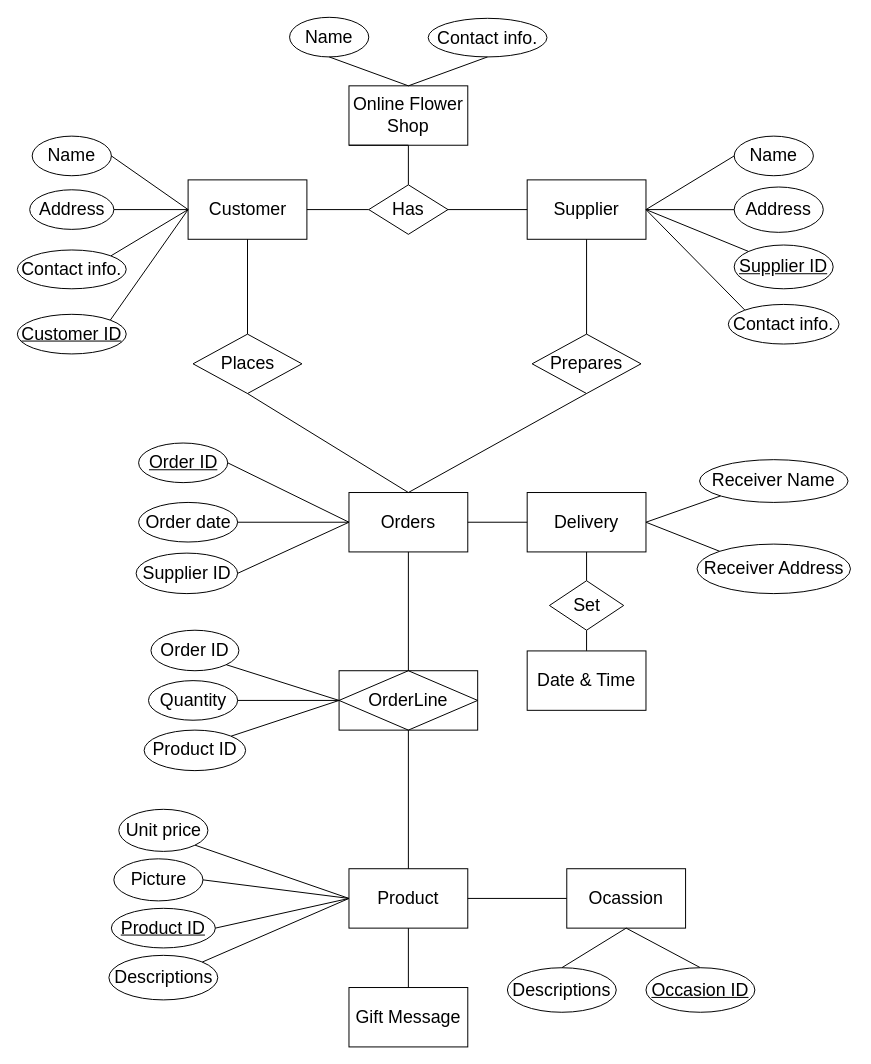
Above: Untitled Diagram.drawio in PeiJunHuang1/Practice (draw.io), before the change. Source tidied: cells renumbered, new cells numbered last; positions are measured from the earlier drawing's top-left corner, leaving out a move shared by most shapes. Both pictures are drawn from the tidied source at 99%, with x=0, y=0 at pixel (17, 17).
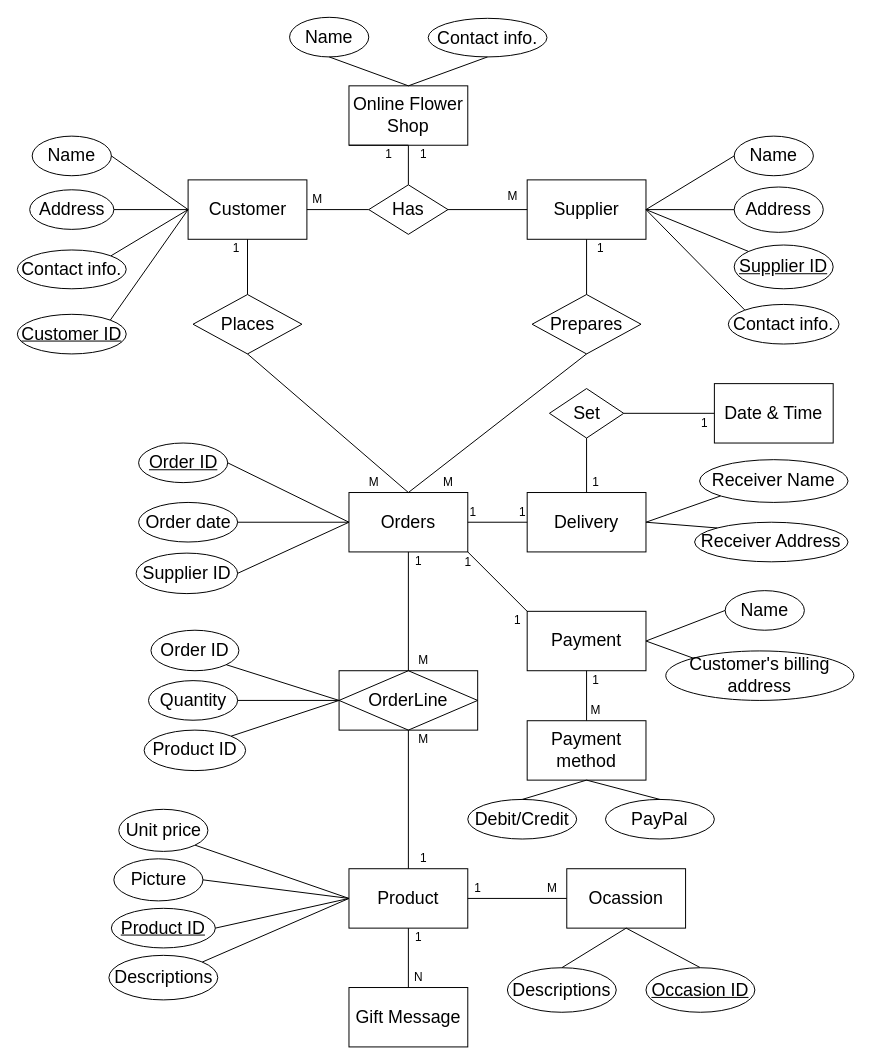
The same diagram, later.

Unchanged cells that the change refers to:
```xml
<mxCell id="48" value="&lt;span style=&quot;font-size: 18px&quot;&gt;Orders&lt;br&gt;&lt;/span&gt;" style="rounded=0;whiteSpace=wrap;html=1;" parent="1" vertex="1">
  <mxGeometry x="335" y="480" width="120" height="60" as="geometry" />
</mxCell>
<mxCell id="59" value="&lt;span style=&quot;font-size: 18px&quot;&gt;Delivery&lt;br&gt;&lt;/span&gt;" style="rounded=0;whiteSpace=wrap;html=1;" parent="1" vertex="1">
  <mxGeometry x="515" y="480" width="120" height="60" as="geometry" />
</mxCell>
```

What changed in the source:
```diff
@@
     <mxCell id="4" value="&lt;span style=&quot;font-size: 18px&quot;&gt;Receiver Address&lt;/span&gt;" style="ellipse;whiteSpace=wrap;html=1;" parent="1" vertex="1">
-      <mxGeometry x="686.6" y="532.1" width="155" height="50" as="geometry" />
+      <mxGeometry x="684.1" y="510" width="155" height="40" as="geometry" />
     </mxCell>
@@
     <mxCell id="36" value="&lt;font style=&quot;font-size: 18px&quot;&gt;Prepares&lt;/font&gt;" style="rhombus;whiteSpace=wrap;html=1;" parent="1" vertex="1">
-      <mxGeometry x="520" y="320" width="110" height="60" as="geometry" />
+      <mxGeometry x="520" y="280" width="110" height="60" as="geometry" />
     </mxCell>
@@
     <mxCell id="46" value="&lt;font style=&quot;font-size: 18px&quot;&gt;Places&lt;/font&gt;" style="rhombus;whiteSpace=wrap;html=1;" parent="1" vertex="1">
-      <mxGeometry x="177.5" y="320" width="110" height="60" as="geometry" />
+      <mxGeometry x="177.5" y="280" width="110" height="60" as="geometry" />
     </mxCell>
@@
-    <mxCell id="69" style="endArrow=none;html=1;exitX=0.5;exitY=0;exitDx=0;exitDy=0;entryX=0.5;entryY=1;entryDx=0;entryDy=0;" parent="1" edge="1" source="76" target="77">
+    <mxCell id="69" style="endArrow=none;html=1;exitX=0;exitY=0.5;exitDx=0;exitDy=0;entryX=1;entryY=0.5;entryDx=0;entryDy=0;" parent="1" edge="1" source="76" target="77">
       <mxGeometry relative="1" as="geometry" />
     </mxCell>
@@
     <mxCell id="76" value="&lt;span style=&quot;font-size: 18px&quot;&gt;Date &amp;amp; Time&lt;br&gt;&lt;/span&gt;" style="rounded=0;whiteSpace=wrap;html=1;" parent="1" vertex="1">
-      <mxGeometry x="515" y="640" width="120" height="60" as="geometry" />
+      <mxGeometry x="704.1" y="370" width="120" height="60" as="geometry" />
     </mxCell>
     <mxCell id="77" value="&lt;font style=&quot;font-size: 18px&quot;&gt;Set&lt;br&gt;&lt;/font&gt;" style="rhombus;whiteSpace=wrap;html=1;" parent="1" vertex="1">
-      <mxGeometry x="537.5" y="569.1" width="75" height="50" as="geometry" />
+      <mxGeometry x="537.5" y="375" width="75" height="50" as="geometry" />
     </mxCell>
-    <mxCell id="78" style="endArrow=none;html=1;exitX=0.5;exitY=1;exitDx=0;exitDy=0;entryX=0.5;entryY=0;entryDx=0;entryDy=0;" parent="1" edge="1" source="59" target="77">
+    <mxCell id="78" style="endArrow=none;html=1;exitX=0.5;exitY=0;exitDx=0;exitDy=0;entryX=0.5;entryY=1;entryDx=0;entryDy=0;" parent="1" edge="1" source="59" target="77">
       <mxGeometry relative="1" as="geometry" />
     </mxCell>
+    <mxCell id="79" value="&lt;span style=&quot;font-size: 18px&quot;&gt;Payment&lt;br&gt;&lt;/span&gt;" style="rounded=0;whiteSpace=wrap;html=1;" parent="1" vertex="1">
+      <mxGeometry x="515" y="600" width="120" height="60" as="geometry" />
+    </mxCell>
+    <mxCell id="80" style="endArrow=none;html=1;exitX=1;exitY=1;exitDx=0;exitDy=0;entryX=0;entryY=0;entryDx=0;entryDy=0;" parent="1" edge="1" source="48" target="79">
+      <mxGeometry relative="1" as="geometry" />
+    </mxCell>
+    <mxCell id="81" value="&lt;span style=&quot;font-size: 18px&quot;&gt;Customer's billing address&lt;/span&gt;" style="ellipse;whiteSpace=wrap;html=1;" parent="1" vertex="1">
+      <mxGeometry x="655" y="640" width="190" height="50" as="geometry" />
+    </mxCell>
+    <mxCell id="82" style="endArrow=none;html=1;exitX=1;exitY=0.5;exitDx=0;exitDy=0;entryX=0;entryY=0;entryDx=0;entryDy=0;" parent="1" edge="1" source="79" target="81">
+      <mxGeometry relative="1" as="geometry" />
+    </mxCell>
+    <mxCell id="83" value="&lt;font style=&quot;font-size: 18px&quot;&gt;Name&lt;/font&gt;" style="ellipse;whiteSpace=wrap;html=1;" parent="1" vertex="1">
+      <mxGeometry x="715" y="579.1" width="80" height="40" as="geometry" />
+    </mxCell>
+    <mxCell id="84" style="endArrow=none;html=1;exitX=1;exitY=0.5;exitDx=0;exitDy=0;entryX=0;entryY=0.5;entryDx=0;entryDy=0;" parent="1" edge="1" source="79" target="83">
+      <mxGeometry relative="1" as="geometry" />
+    </mxCell>
+    <mxCell id="85" value="&lt;span style=&quot;font-size: 18px&quot;&gt;Payment method&lt;br&gt;&lt;/span&gt;" style="rounded=0;whiteSpace=wrap;html=1;" parent="1" vertex="1">
+      <mxGeometry x="515" y="710.5" width="120" height="60" as="geometry" />
+    </mxCell>
+    <mxCell id="86" style="endArrow=none;html=1;entryX=0.5;entryY=1;entryDx=0;entryDy=0;exitX=0.5;exitY=0;exitDx=0;exitDy=0;" parent="1" edge="1" source="85" target="79">
+      <mxGeometry relative="1" as="geometry" />
+    </mxCell>
+    <mxCell id="87" value="&lt;span style=&quot;font-size: 18px&quot;&gt;Debit/Credit&lt;/span&gt;" style="ellipse;whiteSpace=wrap;html=1;" parent="1" vertex="1">
+      <mxGeometry x="455" y="790" width="110" height="40" as="geometry" />
+    </mxCell>
+    <mxCell id="88" value="&lt;span style=&quot;font-size: 18px&quot;&gt;PayPal&lt;/span&gt;" style="ellipse;whiteSpace=wrap;html=1;" parent="1" vertex="1">
+      <mxGeometry x="594.1" y="790" width="110" height="40" as="geometry" />
+    </mxCell>
+    <mxCell id="89" style="endArrow=none;html=1;entryX=0.5;entryY=1;entryDx=0;entryDy=0;exitX=0.5;exitY=0;exitDx=0;exitDy=0;" parent="1" edge="1" source="87" target="85">
+      <mxGeometry relative="1" as="geometry" />
+    </mxCell>
+    <mxCell id="90" style="endArrow=none;html=1;entryX=0.5;entryY=1;entryDx=0;entryDy=0;exitX=0.5;exitY=0;exitDx=0;exitDy=0;" parent="1" edge="1" source="88" target="85">
+      <mxGeometry relative="1" as="geometry" />
+    </mxCell>
+    <mxCell id="91" value="1" style="text;html=1;align=center;verticalAlign=middle;strokeColor=none;fillColor=none;" parent="1" vertex="1">
+      <mxGeometry x="574.1" y="660" width="20" height="20" as="geometry" />
+    </mxCell>
+    <mxCell id="92" value="M" style="text;html=1;align=center;verticalAlign=middle;strokeColor=none;fillColor=none;" parent="1" vertex="1">
+      <mxGeometry x="569.1" y="690" width="30" height="20" as="geometry" />
+    </mxCell>
+    <mxCell id="93" value="N" style="text;html=1;align=center;verticalAlign=middle;strokeColor=none;fillColor=none;" parent="1" vertex="1">
+      <mxGeometry x="395" y="960" width="20" height="20" as="geometry" />
+    </mxCell>
+    <mxCell id="94" value="1" style="text;html=1;align=center;verticalAlign=middle;strokeColor=none;fillColor=none;" parent="1" vertex="1">
+      <mxGeometry x="495" y="599.1" width="20" height="20" as="geometry" />
+    </mxCell>
+    <mxCell id="95" value="1" style="text;html=1;align=center;verticalAlign=middle;strokeColor=none;fillColor=none;" parent="1" vertex="1">
+      <mxGeometry x="395" y="540" width="20" height="20" as="geometry" />
+    </mxCell>
+    <mxCell id="96" value="1" style="text;html=1;align=center;verticalAlign=middle;strokeColor=none;fillColor=none;" parent="1" vertex="1">
+      <mxGeometry x="400" y="129.2" width="20" height="20" as="geometry" />
+    </mxCell>
+    <mxCell id="97" value="1" style="text;html=1;align=center;verticalAlign=middle;strokeColor=none;fillColor=none;" parent="1" vertex="1">
+      <mxGeometry x="579.1" y="224.2" width="20" height="20" as="geometry" />
+    </mxCell>
+    <mxCell id="98" value="1" style="text;html=1;align=center;verticalAlign=middle;strokeColor=none;fillColor=none;" parent="1" vertex="1">
+      <mxGeometry x="210.6" y="224.2" width="20" height="20" as="geometry" />
+    </mxCell>
+    <mxCell id="99" value="1" style="text;html=1;align=center;verticalAlign=middle;strokeColor=none;fillColor=none;" parent="1" vertex="1">
+      <mxGeometry x="684.1" y="400" width="20" height="20" as="geometry" />
+    </mxCell>
+    <mxCell id="100" value="1" style="text;html=1;align=center;verticalAlign=middle;strokeColor=none;fillColor=none;" parent="1" vertex="1">
+      <mxGeometry x="574.1" y="460" width="20" height="20" as="geometry" />
+    </mxCell>
+    <mxCell id="101" value="1" style="text;html=1;align=center;verticalAlign=middle;strokeColor=none;fillColor=none;" parent="1" vertex="1">
+      <mxGeometry x="395" y="920" width="20" height="20" as="geometry" />
+    </mxCell>
+    <mxCell id="102" value="1" style="text;html=1;align=center;verticalAlign=middle;strokeColor=none;fillColor=none;" parent="1" vertex="1">
+      <mxGeometry x="400" y="840" width="20" height="20" as="geometry" />
+    </mxCell>
+    <mxCell id="103" value="1" style="text;html=1;align=center;verticalAlign=middle;strokeColor=none;fillColor=none;" parent="1" vertex="1">
+      <mxGeometry x="455" y="870" width="20" height="20" as="geometry" />
+    </mxCell>
+    <mxCell id="104" value="M" style="text;html=1;align=center;verticalAlign=middle;strokeColor=none;fillColor=none;" parent="1" vertex="1">
+      <mxGeometry x="395" y="640" width="30" height="20" as="geometry" />
+    </mxCell>
+    <mxCell id="105" value="M" style="text;html=1;align=center;verticalAlign=middle;strokeColor=none;fillColor=none;" parent="1" vertex="1">
+      <mxGeometry x="485" y="171.4" width="30" height="20" as="geometry" />
+    </mxCell>
+    <mxCell id="106" value="M" style="text;html=1;align=center;verticalAlign=middle;strokeColor=none;fillColor=none;" parent="1" vertex="1">
+      <mxGeometry x="345" y="460" width="30" height="20" as="geometry" />
+    </mxCell>
+    <mxCell id="107" value="M" style="text;html=1;align=center;verticalAlign=middle;strokeColor=none;fillColor=none;" parent="1" vertex="1">
+      <mxGeometry x="287.5" y="174.2" width="30" height="20" as="geometry" />
+    </mxCell>
+    <mxCell id="108" value="M" style="text;html=1;align=center;verticalAlign=middle;strokeColor=none;fillColor=none;" parent="1" vertex="1">
+      <mxGeometry x="420" y="460" width="30" height="20" as="geometry" />
+    </mxCell>
+    <mxCell id="109" value="M" style="text;html=1;align=center;verticalAlign=middle;strokeColor=none;fillColor=none;" parent="1" vertex="1">
+      <mxGeometry x="395" y="720" width="30" height="20" as="geometry" />
+    </mxCell>
+    <mxCell id="110" value="M" style="text;html=1;align=center;verticalAlign=middle;strokeColor=none;fillColor=none;" parent="1" vertex="1">
+      <mxGeometry x="525" y="870" width="30" height="20" as="geometry" />
+    </mxCell>
+    <mxCell id="111" value="1" style="text;html=1;align=center;verticalAlign=middle;strokeColor=none;fillColor=none;" parent="1" vertex="1">
+      <mxGeometry x="450" y="490" width="20" height="20" as="geometry" />
+    </mxCell>
+    <mxCell id="112" value="1" style="text;html=1;align=center;verticalAlign=middle;strokeColor=none;fillColor=none;" parent="1" vertex="1">
+      <mxGeometry x="500" y="490" width="20" height="20" as="geometry" />
+    </mxCell>
+    <mxCell id="113" value="1" style="text;html=1;align=center;verticalAlign=middle;strokeColor=none;fillColor=none;" parent="1" vertex="1">
+      <mxGeometry x="445" y="541.2" width="20" height="20" as="geometry" />
+    </mxCell>
+    <mxCell id="114" value="1" style="text;html=1;align=center;verticalAlign=middle;strokeColor=none;fillColor=none;" parent="1" vertex="1">
+      <mxGeometry x="365" y="129.2" width="20" height="20" as="geometry" />
+    </mxCell>
```
